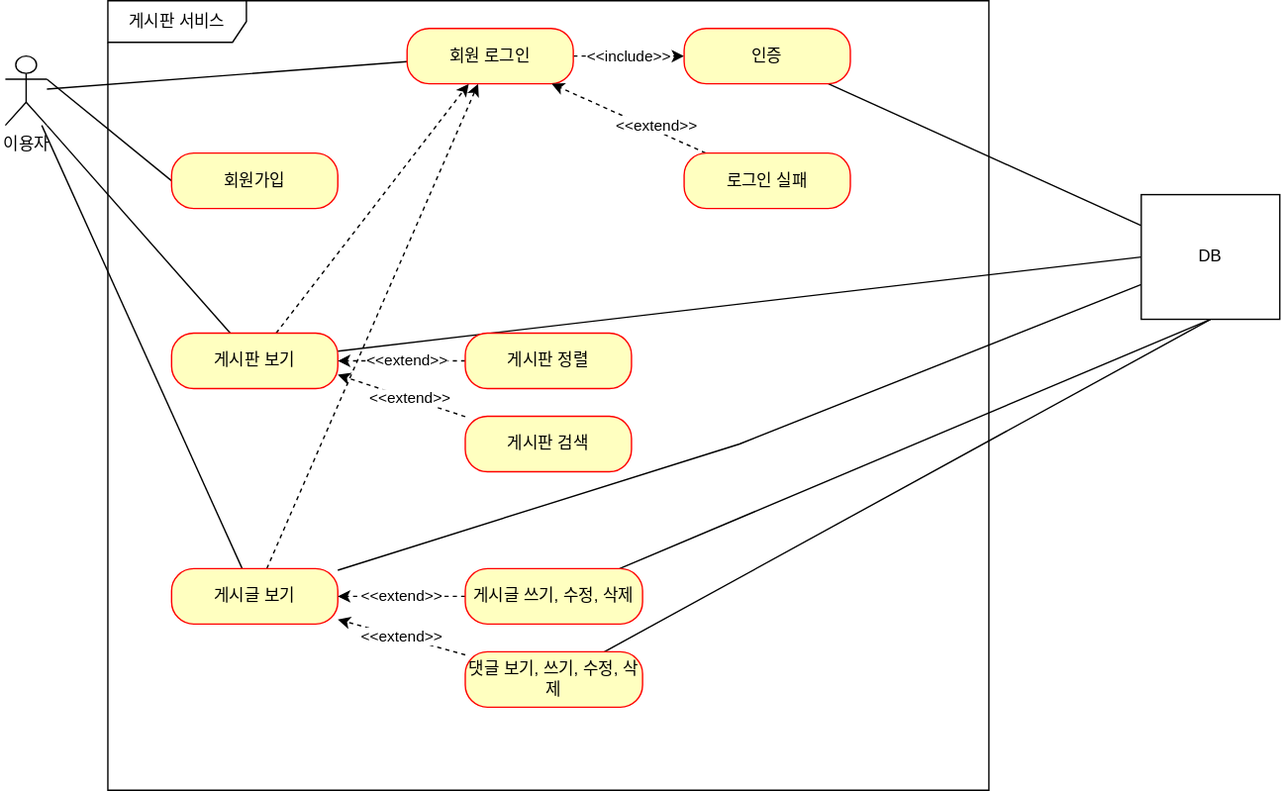
ChoiHyunGeun/fastcampus-project-board keeps this draw.io diagram as document/use-case.drawio.svg. Above is the earlier version. Source tidied: cells renumbered, new cells last; positions are measured from the earlier drawing's top-left corner, leaving out a move shared by most shapes.
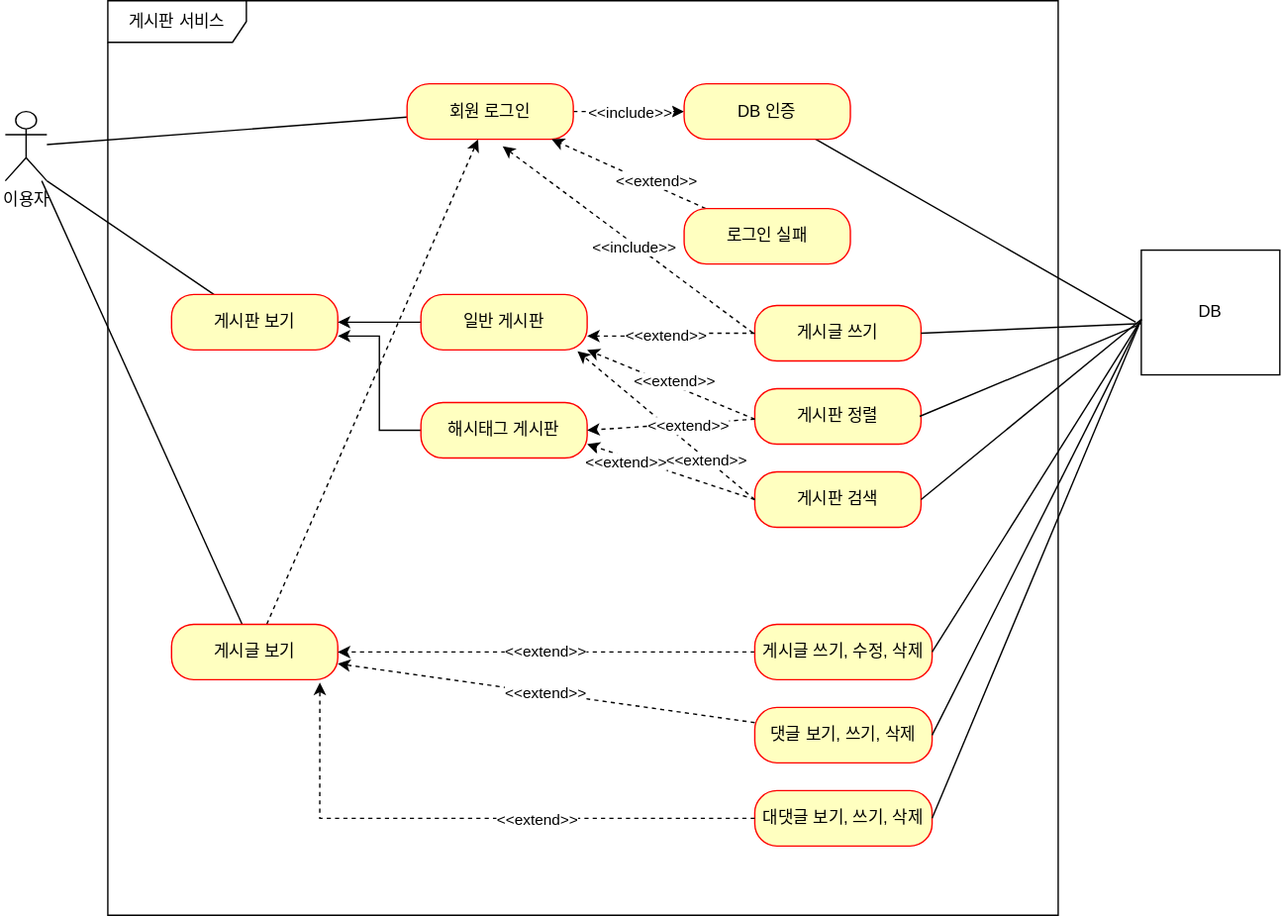
Above is the later version.

Diff of the diagram source:
```diff
@@ -6,25 +6,13 @@
       <mxGeometry y="40" width="30" height="50" as="geometry" />
     </mxCell>
     <mxCell id="3" value="게시판 서비스" style="shape=umlFrame;whiteSpace=wrap;html=1;width=100;height=30;" parent="1" vertex="1">
-      <mxGeometry x="74" width="636" height="570" as="geometry" />
+      <mxGeometry x="74" y="-40" width="686" height="660" as="geometry" />
     </mxCell>
-    <mxCell id="4" style="rounded=0;jettySize=auto;html=1;exitX=0;exitY=0.5;exitDx=0;exitDy=0;entryX=1;entryY=0.3333333333333333;entryDx=0;entryDy=0;entryPerimeter=0;endArrow=none;endFill=0;" parent="1" edge="1" source="5" target="2">
-      <mxGeometry relative="1" as="geometry" />
-    </mxCell>
-    <mxCell id="5" value="회원가입" style="rounded=1;whiteSpace=wrap;html=1;arcSize=40;fontColor=#000000;fillColor=#ffffc0;strokeColor=#ff0000;" parent="1" vertex="1">
-      <mxGeometry x="120" y="110" width="120" height="40" as="geometry" />
-    </mxCell>
     <mxCell id="6" style="rounded=0;jettySize=auto;html=1;entryX=1;entryY=1;entryDx=0;entryDy=0;entryPerimeter=0;endArrow=none;endFill=0;" parent="1" edge="1" source="9" target="2">
       <mxGeometry relative="1" as="geometry" />
     </mxCell>
-    <mxCell id="7" style="rounded=0;jettySize=auto;html=1;strokeColor=default;dashed=1;" parent="1" edge="1" source="9" target="17">
-      <mxGeometry relative="1" as="geometry" />
-    </mxCell>
-    <mxCell id="8" style="rounded=0;jettySize=auto;html=1;entryX=0;entryY=0.5;entryDx=0;entryDy=0;endArrow=none;endFill=0;" parent="1" edge="1" source="9" target="35">
-      <mxGeometry relative="1" as="geometry" />
-    </mxCell>
     <mxCell id="9" value="게시판 보기" style="rounded=1;whiteSpace=wrap;html=1;arcSize=40;fontColor=#000000;fillColor=#ffffc0;strokeColor=#ff0000;" parent="1" vertex="1">
-      <mxGeometry x="120" y="240" width="120" height="40" as="geometry" />
+      <mxGeometry x="120" y="172" width="120" height="40" as="geometry" />
     </mxCell>
     <mxCell id="10" style="rounded=0;jettySize=auto;html=1;endArrow=none;endFill=0;" parent="1" edge="1" source="13" target="2">
       <mxGeometry relative="1" as="geometry" />
@@ -32,13 +20,6 @@
     <mxCell id="11" style="rounded=0;jettySize=auto;html=1;dashed=1;" parent="1" edge="1" source="13" target="17">
       <mxGeometry relative="1" as="geometry" />
     </mxCell>
-    <mxCell id="12" style="rounded=0;jettySize=auto;html=1;endArrow=none;endFill=0;" parent="1" edge="1" source="13" target="35">
-      <mxGeometry relative="1" as="geometry">
-        <Array as="points">
-          <mxPoint x="530" y="320" />
-        </Array>
-      </mxGeometry>
-    </mxCell>
     <mxCell id="13" value="게시글 보기" style="rounded=1;whiteSpace=wrap;html=1;arcSize=40;fontColor=#000000;fillColor=#ffffc0;strokeColor=#ff0000;" parent="1" vertex="1">
       <mxGeometry x="120" y="410" width="120" height="40" as="geometry" />
     </mxCell>
@@ -58,10 +39,10 @@
     <mxCell id="17" value="회원 로그인" style="rounded=1;whiteSpace=wrap;html=1;arcSize=40;fontColor=#000000;fillColor=#ffffc0;strokeColor=#ff0000;" parent="1" vertex="1">
       <mxGeometry x="290" y="20" width="120" height="40" as="geometry" />
     </mxCell>
-    <mxCell id="18" style="rounded=0;jettySize=auto;html=1;endArrow=none;endFill=0;" parent="1" edge="1" source="19" target="35">
+    <mxCell id="18" style="rounded=0;jettySize=auto;html=1;endArrow=none;endFill=0;entryX=-0.04;entryY=0.578;entryDx=0;entryDy=0;entryPerimeter=0;" parent="1" edge="1" source="19" target="35">
       <mxGeometry relative="1" as="geometry" />
     </mxCell>
-    <mxCell id="19" value="인증" style="rounded=1;whiteSpace=wrap;html=1;arcSize=40;fontColor=#000000;fillColor=#ffffc0;strokeColor=#ff0000;" parent="1" vertex="1">
+    <mxCell id="19" value="DB 인증" style="rounded=1;whiteSpace=wrap;html=1;arcSize=40;fontColor=#000000;fillColor=#ffffc0;strokeColor=#ff0000;" parent="1" vertex="1">
       <mxGeometry x="490" y="20" width="120" height="40" as="geometry" />
     </mxCell>
     <mxCell id="20" style="rounded=0;jettySize=auto;html=1;endArrow=classic;endFill=1;dashed=1;" parent="1" edge="1" source="22" target="17">
@@ -73,46 +54,126 @@
     <mxCell id="22" value="로그인 실패" style="rounded=1;whiteSpace=wrap;html=1;arcSize=40;fontColor=#000000;fillColor=#ffffc0;strokeColor=#ff0000;" parent="1" vertex="1">
       <mxGeometry x="490" y="110" width="120" height="40" as="geometry" />
     </mxCell>
-    <mxCell id="23" style="edgeStyle=orthogonalEdgeStyle;rounded=0;jettySize=auto;html=1;dashed=1;" parent="1" edge="1" source="25" target="9">
-      <mxGeometry relative="1" as="geometry" />
-    </mxCell>
-    <mxCell id="24" value="&amp;lt;&amp;lt;extend&amp;gt;&amp;gt;" style="edgeLabel;html=1;align=center;verticalAlign=middle;" parent="23" vertex="1">
-      <mxGeometry x="0.16" relative="1" as="geometry">
-        <mxPoint x="11" as="offset" />
-      </mxGeometry>
-    </mxCell>
     <mxCell id="25" value="게시판 정렬" style="rounded=1;whiteSpace=wrap;html=1;arcSize=40;fontColor=#000000;fillColor=#ffffc0;strokeColor=#ff0000;" parent="1" vertex="1">
-      <mxGeometry x="332" y="240" width="120" height="40" as="geometry" />
+      <mxGeometry x="541" y="240" width="120" height="40" as="geometry" />
     </mxCell>
-    <mxCell id="26" style="rounded=0;jettySize=auto;html=1;entryX=1;entryY=0.75;entryDx=0;entryDy=0;dashed=1;" parent="1" edge="1" source="28" target="9">
-      <mxGeometry relative="1" as="geometry" />
-    </mxCell>
-    <mxCell id="27" value="&amp;lt;&amp;lt;extend&amp;gt;&amp;gt;" style="edgeLabel;html=1;align=center;verticalAlign=middle;" parent="26" vertex="1">
-      <mxGeometry x="-0.11" relative="1" as="geometry" />
-    </mxCell>
     <mxCell id="28" value="게시판 검색" style="rounded=1;whiteSpace=wrap;html=1;arcSize=40;fontColor=#000000;fillColor=#ffffc0;strokeColor=#ff0000;" parent="1" vertex="1">
-      <mxGeometry x="332" y="300" width="120" height="40" as="geometry" />
+      <mxGeometry x="541" y="300" width="120" height="40" as="geometry" />
     </mxCell>
     <mxCell id="29" value="&amp;lt;&amp;lt;extend&amp;gt;&amp;gt;" style="rounded=0;jettySize=auto;html=1;entryX=1;entryY=0.5;entryDx=0;entryDy=0;dashed=1;" parent="1" edge="1" source="31" target="13">
       <mxGeometry relative="1" as="geometry" />
     </mxCell>
-    <mxCell id="30" style="rounded=0;jettySize=auto;html=1;entryX=0.5;entryY=1;entryDx=0;entryDy=0;endArrow=none;endFill=0;" parent="1" edge="1" source="31" target="35">
-      <mxGeometry relative="1" as="geometry" />
-    </mxCell>
     <mxCell id="31" value="게시글 쓰기, 수정, 삭제" style="rounded=1;whiteSpace=wrap;html=1;arcSize=40;fontColor=#000000;fillColor=#ffffc0;strokeColor=#ff0000;" parent="1" vertex="1">
-      <mxGeometry x="332" y="410" width="128" height="40" as="geometry" />
+      <mxGeometry x="541" y="410" width="128" height="40" as="geometry" />
     </mxCell>
     <mxCell id="32" value="&amp;lt;&amp;lt;extend&amp;gt;&amp;gt;" style="rounded=0;jettySize=auto;html=1;dashed=1;" parent="1" edge="1" source="34" target="13">
       <mxGeometry relative="1" as="geometry" />
     </mxCell>
-    <mxCell id="33" style="rounded=0;jettySize=auto;html=1;entryX=0.5;entryY=1;entryDx=0;entryDy=0;endArrow=none;endFill=0;" parent="1" edge="1" source="34" target="35">
-      <mxGeometry relative="1" as="geometry" />
-    </mxCell>
-    <mxCell id="34" value="댓글 보기, 쓰기, 수정, 삭제" style="rounded=1;whiteSpace=wrap;html=1;arcSize=40;fontColor=#000000;fillColor=#ffffc0;strokeColor=#ff0000;" parent="1" vertex="1">
-      <mxGeometry x="332" y="470" width="128" height="40" as="geometry" />
+    <mxCell id="34" value="댓글 보기, 쓰기, 삭제" style="rounded=1;whiteSpace=wrap;html=1;arcSize=40;fontColor=#000000;fillColor=#ffffc0;strokeColor=#ff0000;" parent="1" vertex="1">
+      <mxGeometry x="541" y="470" width="128" height="40" as="geometry" />
     </mxCell>
     <mxCell id="35" value="DB" style="html=1;whiteSpace=wrap;" parent="1" vertex="1">
       <mxGeometry x="820" y="140" width="100" height="90" as="geometry" />
     </mxCell>
+    <mxCell id="36" style="edgeStyle=orthogonalEdgeStyle;rounded=0;jettySize=auto;html=1;" parent="1" edge="1" source="37" target="9">
+      <mxGeometry relative="1" as="geometry" />
+    </mxCell>
+    <mxCell id="37" value="일반 게시판" style="rounded=1;whiteSpace=wrap;html=1;arcSize=40;fontColor=#000000;fillColor=#ffffc0;strokeColor=#ff0000;" parent="1" vertex="1">
+      <mxGeometry x="300" y="172" width="120" height="40" as="geometry" />
+    </mxCell>
+    <mxCell id="38" style="edgeStyle=orthogonalEdgeStyle;rounded=0;jettySize=auto;html=1;entryX=1;entryY=0.75;entryDx=0;entryDy=0;" parent="1" edge="1" source="39" target="9">
+      <mxGeometry relative="1" as="geometry" />
+    </mxCell>
+    <mxCell id="39" value="해시태그 게시판" style="rounded=1;whiteSpace=wrap;html=1;arcSize=40;fontColor=#000000;fillColor=#ffffc0;strokeColor=#ff0000;" parent="1" vertex="1">
+      <mxGeometry x="300" y="250" width="120" height="40" as="geometry" />
+    </mxCell>
+    <mxCell id="40" value="대댓글 보기, 쓰기, 삭제" style="rounded=1;whiteSpace=wrap;html=1;arcSize=40;fontColor=#000000;fillColor=#ffffc0;strokeColor=#ff0000;" parent="1" vertex="1">
+      <mxGeometry x="541" y="530" width="128" height="40" as="geometry" />
+    </mxCell>
+    <mxCell id="41" style="edgeStyle=orthogonalEdgeStyle;rounded=0;jettySize=auto;html=1;entryX=0.892;entryY=1.05;entryDx=0;entryDy=0;entryPerimeter=0;dashed=1;" parent="1" edge="1" source="40" target="13">
+      <mxGeometry relative="1" as="geometry" />
+    </mxCell>
+    <mxCell id="42" value="&amp;lt;&amp;lt;extend&amp;gt;&amp;gt;" style="edgeLabel;html=1;align=center;verticalAlign=middle;" parent="41" vertex="1">
+      <mxGeometry x="-0.23" relative="1" as="geometry" />
+    </mxCell>
+    <mxCell id="43" value="게시글 쓰기" style="rounded=1;whiteSpace=wrap;html=1;arcSize=40;fontColor=#000000;fillColor=#ffffc0;strokeColor=#ff0000;" parent="1" vertex="1">
+      <mxGeometry x="541" y="180" width="120" height="40" as="geometry" />
+    </mxCell>
+    <mxCell id="44" style="endArrow=none;dashed=1;html=1;strokeWidth=1;rounded=0;exitX=0.575;exitY=1.125;exitDx=0;exitDy=0;exitPerimeter=0;startArrow=classic;startFill=1;" parent="1" edge="1" source="17">
+      <mxGeometry relative="1" as="geometry">
+        <mxPoint x="540" y="200" as="targetPoint" />
+      </mxGeometry>
+    </mxCell>
+    <mxCell id="45" value="&amp;lt;&amp;lt;include&amp;gt;&amp;gt;" style="edgeLabel;html=1;align=center;verticalAlign=middle;" parent="44" vertex="1">
+      <mxGeometry x="0.05" y="-2" relative="1" as="geometry">
+        <mxPoint x="1" as="offset" />
+      </mxGeometry>
+    </mxCell>
+    <mxCell id="46" style="edgeStyle=orthogonalEdgeStyle;rounded=0;jettySize=auto;html=1;dashed=1;entryX=1;entryY=0.75;entryDx=0;entryDy=0;" parent="1" edge="1" source="43" target="37">
+      <mxGeometry relative="1" as="geometry" />
+    </mxCell>
+    <mxCell id="47" value="&amp;lt;&amp;lt;extend&amp;gt;&amp;gt;" style="edgeLabel;html=1;align=center;verticalAlign=middle;" parent="46" vertex="1">
+      <mxGeometry x="0.09" y="-1" relative="1" as="geometry" />
+    </mxCell>
+    <mxCell id="48" style="endArrow=classic;html=1;rounded=0;entryX=1;entryY=1;entryDx=0;entryDy=0;dashed=1;" parent="1" edge="1" target="37">
+      <mxGeometry relative="1" as="geometry">
+        <mxPoint x="541" y="262" as="sourcePoint" />
+      </mxGeometry>
+    </mxCell>
+    <mxCell id="49" value="&amp;lt;&amp;lt;extend&amp;gt;&amp;gt;" style="edgeLabel;html=1;align=center;verticalAlign=middle;" parent="48" vertex="1">
+      <mxGeometry y="-3" relative="1" as="geometry" />
+    </mxCell>
+    <mxCell id="50" style="endArrow=classic;html=1;rounded=0;entryX=0.942;entryY=1.025;entryDx=0;entryDy=0;entryPerimeter=0;dashed=1;" parent="1" edge="1" target="37">
+      <mxGeometry relative="1" as="geometry">
+        <mxPoint x="541" y="320" as="sourcePoint" />
+      </mxGeometry>
+    </mxCell>
+    <mxCell id="51" value="&amp;lt;&amp;lt;extend&amp;gt;&amp;gt;" style="edgeLabel;html=1;align=center;verticalAlign=middle;" parent="50" vertex="1">
+      <mxGeometry x="-0.46" y="1" relative="1" as="geometry" />
+    </mxCell>
+    <mxCell id="52" style="endArrow=classic;html=1;rounded=0;entryX=1;entryY=0.5;entryDx=0;entryDy=0;dashed=1;" parent="1" edge="1" target="39">
+      <mxGeometry relative="1" as="geometry">
+        <mxPoint x="541" y="262" as="sourcePoint" />
+      </mxGeometry>
+    </mxCell>
+    <mxCell id="53" value="&amp;lt;&amp;lt;extend&amp;gt;&amp;gt;" style="edgeLabel;html=1;align=center;verticalAlign=middle;" parent="52" vertex="1">
+      <mxGeometry x="-0.19" y="1" relative="1" as="geometry" />
+    </mxCell>
+    <mxCell id="54" style="endArrow=classic;html=1;rounded=0;entryX=1;entryY=0.75;entryDx=0;entryDy=0;dashed=1;" parent="1" edge="1" target="39">
+      <mxGeometry relative="1" as="geometry">
+        <mxPoint x="541" y="320" as="sourcePoint" />
+      </mxGeometry>
+    </mxCell>
+    <mxCell id="55" value="&amp;lt;&amp;lt;extend&amp;gt;&amp;gt;" style="edgeLabel;html=1;align=center;verticalAlign=middle;" parent="54" vertex="1">
+      <mxGeometry x="0.52" y="3" relative="1" as="geometry" />
+    </mxCell>
+    <mxCell id="56" style="endArrow=none;html=1;rounded=0;entryX=0;entryY=0.589;entryDx=0;entryDy=0;entryPerimeter=0;exitX=1;exitY=0.5;exitDx=0;exitDy=0;" parent="1" edge="1" source="43" target="35">
+      <mxGeometry relative="1" as="geometry" />
+    </mxCell>
+    <mxCell id="57" style="endArrow=none;html=1;rounded=0;entryX=-0.02;entryY=0.6;entryDx=0;entryDy=0;entryPerimeter=0;" parent="1" edge="1" target="35">
+      <mxGeometry relative="1" as="geometry">
+        <mxPoint x="660" y="260" as="sourcePoint" />
+      </mxGeometry>
+    </mxCell>
+    <mxCell id="58" style="endArrow=none;html=1;rounded=0;exitX=1;exitY=0.5;exitDx=0;exitDy=0;" parent="1" edge="1" source="28">
+      <mxGeometry relative="1" as="geometry">
+        <mxPoint x="820" y="190" as="targetPoint" />
+      </mxGeometry>
+    </mxCell>
+    <mxCell id="59" style="endArrow=none;html=1;rounded=0;exitX=1;exitY=0.5;exitDx=0;exitDy=0;" parent="1" edge="1" source="31">
+      <mxGeometry relative="1" as="geometry">
+        <mxPoint x="820" y="190" as="targetPoint" />
+      </mxGeometry>
+    </mxCell>
+    <mxCell id="60" style="endArrow=none;html=1;rounded=0;exitX=1;exitY=0.5;exitDx=0;exitDy=0;" parent="1" edge="1" source="34">
+      <mxGeometry relative="1" as="geometry">
+        <mxPoint x="820" y="190" as="targetPoint" />
+      </mxGeometry>
+    </mxCell>
+    <mxCell id="61" style="endArrow=none;html=1;rounded=0;exitX=1;exitY=0.5;exitDx=0;exitDy=0;" parent="1" edge="1" source="40">
+      <mxGeometry relative="1" as="geometry">
+        <mxPoint x="820" y="190" as="targetPoint" />
+      </mxGeometry>
+    </mxCell>
   </root>
 </mxGraphModel>
```
